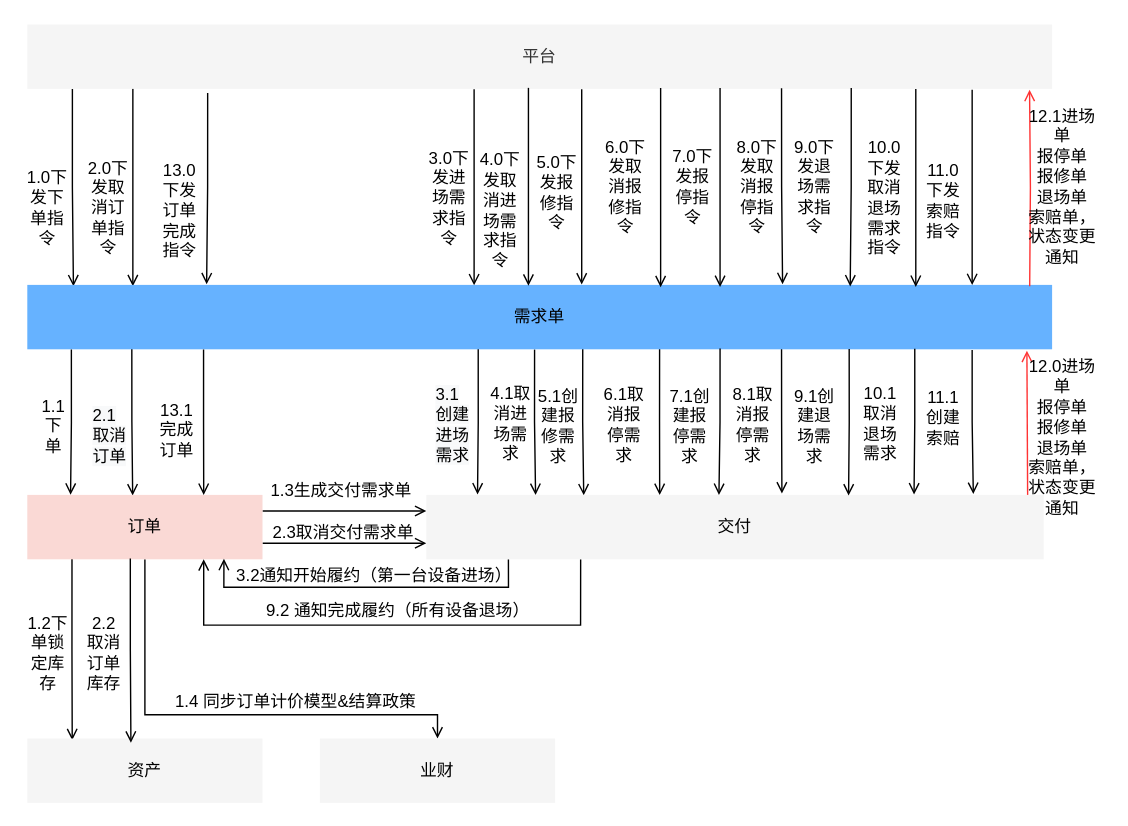
This is page "Copy of Page-29" (33 of 36) of docs/自营重构.drawio from lokiworks/codebase, a draw.io file, before an edit. Source tidied: cells renumbered, new cells numbered last; positions are measured from the earlier drawing's top-left corner, leaving out a move shared by most shapes. Both pictures are drawn from the tidied source at 140%, with x=0, y=0 at pixel (24, 24).
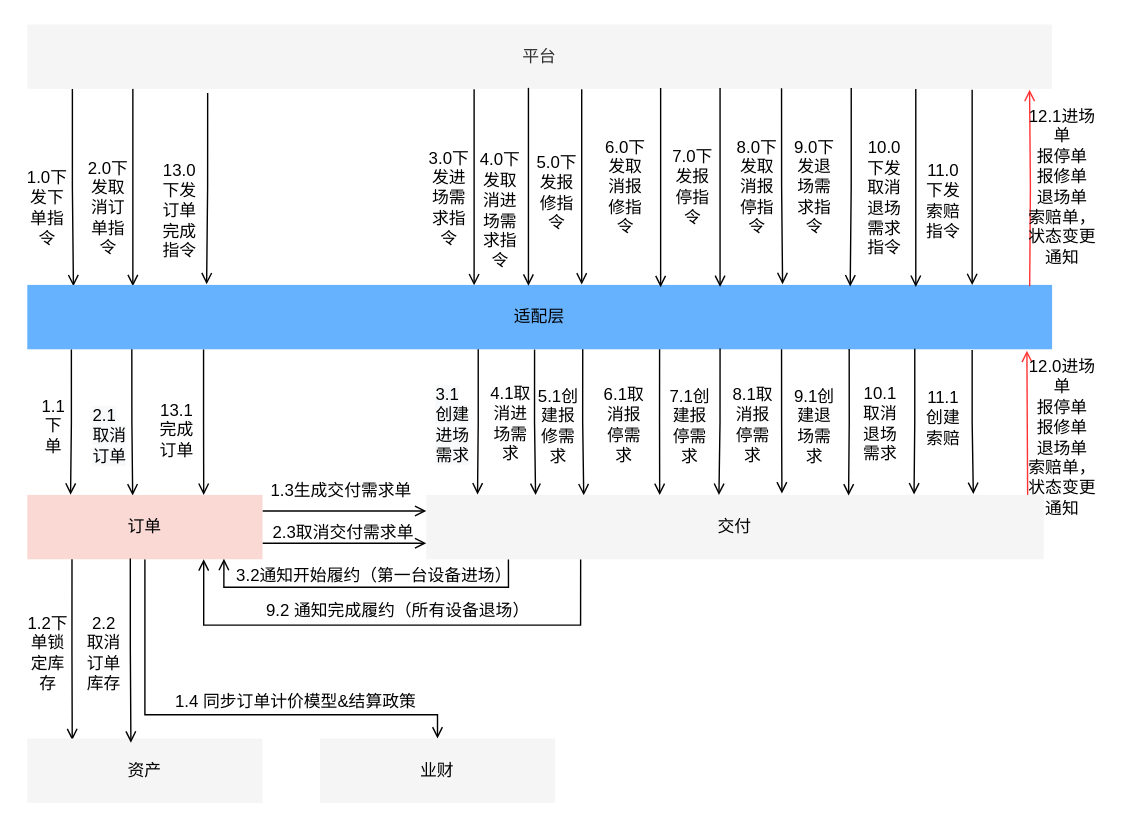
After the change.

Change to the diagram source:
```diff
@@
-    <mxCell id="13" value="&lt;font color=&quot;#000000&quot;&gt;需求单&lt;/font&gt;" style="rounded=0;whiteSpace=wrap;html=1;strokeColor=none;fillColor=#66B2FF;fontColor=#ffffff;" parent="1" vertex="1">
+    <mxCell id="13" value="&lt;font color=&quot;#000000&quot;&gt;适配层&lt;/font&gt;" style="rounded=0;whiteSpace=wrap;html=1;strokeColor=none;fillColor=#66B2FF;fontColor=#ffffff;" parent="1" vertex="1">
       <mxGeometry x="2" y="186" width="732" height="46" as="geometry" />
     </mxCell>
```
